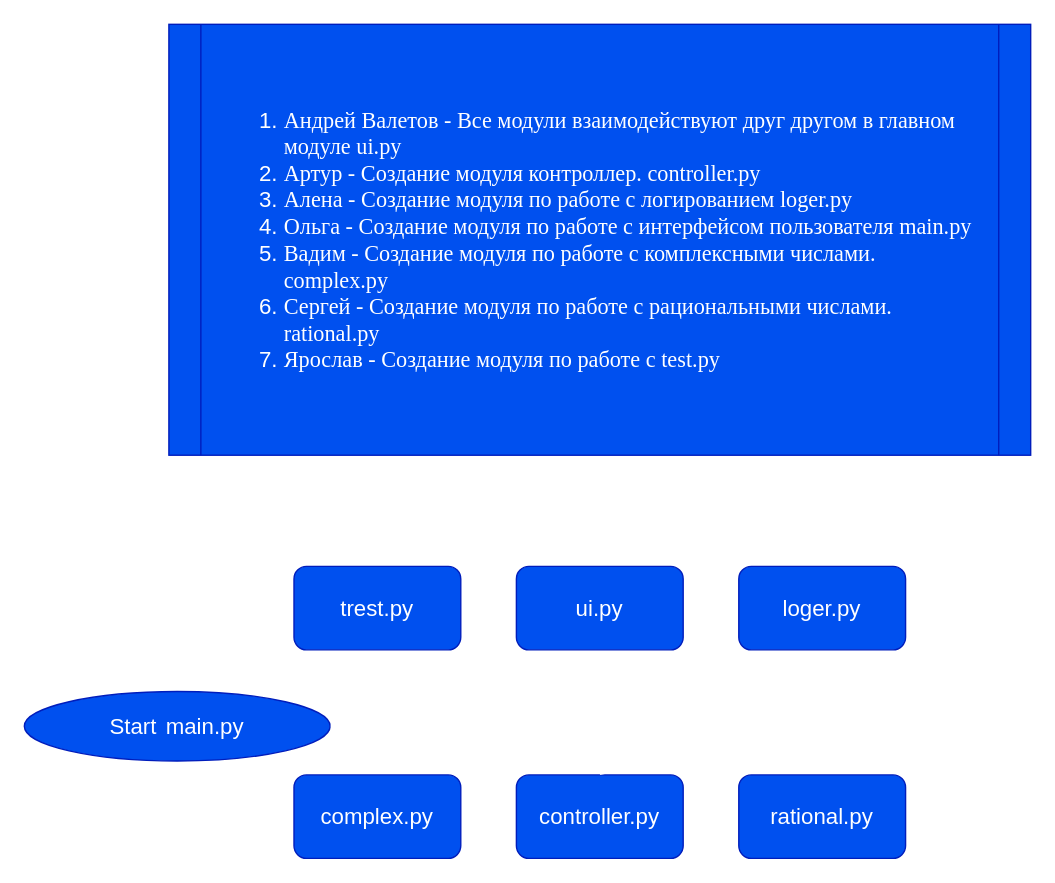
Earlier version of the draw.io diagram flowchart.drawio (GrafanyS/calculator_program). Source tidied: cells renumbered, new cells numbered last; positions are measured from the earlier drawing's top-left corner, leaving out a move shared by most shapes. Both pictures are drawn from the tidied source at 139%, with x=0, y=0 at pixel (24, 24).
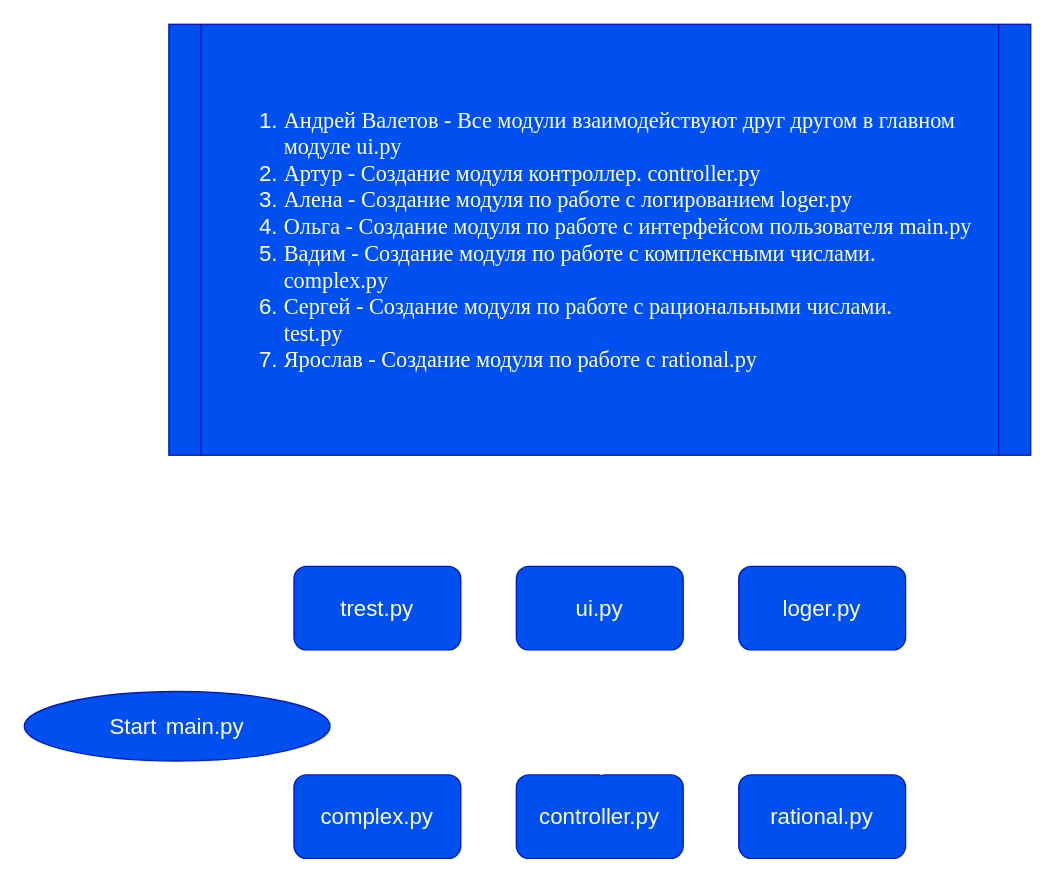
Above is the later version.

Diff of the diagram source:
```diff
@@
 <mxGraphModel>
   <root>
     <mxCell id="0" />
     <mxCell id="1" parent="0" />
     <mxCell id="2" style="edgeStyle=none;html=1;exitX=1;exitY=0.5;exitDx=0;exitDy=0;entryX=0;entryY=0.5;entryDx=0;entryDy=0;strokeColor=#FFFFFF;" parent="1" edge="1" source="3" target="10">
       <mxGeometry relative="1" as="geometry" />
     </mxCell>
     <mxCell id="3" value="&lt;div style=&quot;font-size: 16px ; line-height: 22px&quot;&gt;&lt;div style=&quot;line-height: 22px&quot;&gt;&lt;font&gt;complex.py&lt;/font&gt;&lt;/div&gt;&lt;/div&gt;" style="rounded=1;whiteSpace=wrap;html=1;fontColor=#ffffff;labelBackgroundColor=none;fillColor=#0050ef;strokeColor=#001DBC;" parent="1" vertex="1">
       <mxGeometry x="194" y="540" width="120" height="60" as="geometry" />
     </mxCell>
     <mxCell id="4" style="edgeStyle=none;html=1;exitX=0;exitY=0.5;exitDx=0;exitDy=0;entryX=1;entryY=0.5;entryDx=0;entryDy=0;strokeColor=#FFFFFF;" parent="1" edge="1" source="5" target="10">
       <mxGeometry relative="1" as="geometry" />
     </mxCell>
     <mxCell id="5" value="&lt;div style=&quot;font-size: 16px; line-height: 22px;&quot;&gt;rational.py&lt;/div&gt;" style="rounded=1;whiteSpace=wrap;html=1;fontColor=#ffffff;labelBackgroundColor=none;fillColor=#0050ef;strokeColor=#001DBC;" parent="1" vertex="1">
       <mxGeometry x="514" y="540" width="120" height="60" as="geometry" />
     </mxCell>
     <mxCell id="6" style="edgeStyle=none;html=1;exitX=1;exitY=0.5;exitDx=0;exitDy=0;entryX=0;entryY=0.5;entryDx=0;entryDy=0;strokeColor=#FFFFFF;" parent="1" edge="1" source="7" target="16">
       <mxGeometry relative="1" as="geometry" />
     </mxCell>
     <mxCell id="7" value="&lt;font style=&quot;font-size: 16px&quot;&gt;trest.py&lt;/font&gt;" style="rounded=1;whiteSpace=wrap;html=1;fontColor=#ffffff;labelBackgroundColor=none;fillColor=#0050ef;strokeColor=#001DBC;" parent="1" vertex="1">
       <mxGeometry x="194" y="390" width="120" height="60" as="geometry" />
     </mxCell>
     <mxCell id="8" value="&lt;font style=&quot;font-size: 16px&quot;&gt;Start&lt;/font&gt;&amp;nbsp;&amp;nbsp;&lt;span style=&quot;font-size: 16px&quot;&gt;main.py&lt;/span&gt;" style="ellipse;whiteSpace=wrap;html=1;fontColor=#ffffff;labelBackgroundColor=none;fillColor=#0050ef;strokeColor=#001DBC;" parent="1" vertex="1">
       <mxGeometry y="480" width="220" height="50" as="geometry" />
     </mxCell>
     <mxCell id="9" style="edgeStyle=none;html=1;exitX=0.5;exitY=0;exitDx=0;exitDy=0;entryX=0.5;entryY=1;entryDx=0;entryDy=0;strokeColor=#FFFFFF;" parent="1" edge="1" source="10" target="16">
       <mxGeometry relative="1" as="geometry" />
     </mxCell>
     <mxCell id="10" value="&lt;font style=&quot;font-size: 16px&quot;&gt;controller.py&lt;/font&gt;" style="rounded=1;whiteSpace=wrap;html=1;fontColor=#ffffff;labelBackgroundColor=none;fillColor=#0050ef;strokeColor=#001DBC;" parent="1" vertex="1">
       <mxGeometry x="354" y="540" width="120" height="60" as="geometry" />
     </mxCell>
     <mxCell id="11" style="edgeStyle=none;html=1;exitX=0.5;exitY=0;exitDx=0;exitDy=0;entryX=0.433;entryY=-0.017;entryDx=0;entryDy=0;entryPerimeter=0;strokeColor=#FFFFFF;" parent="1" edge="1" source="14" target="7">
       <mxGeometry relative="1" as="geometry">
         <Array as="points">
           <mxPoint x="574" y="360" />
           <mxPoint x="246" y="360" />
         </Array>
       </mxGeometry>
     </mxCell>
     <mxCell id="12" style="edgeStyle=none;html=1;exitX=0;exitY=0.5;exitDx=0;exitDy=0;entryX=1;entryY=0.5;entryDx=0;entryDy=0;strokeColor=#FFFFFF;" parent="1" edge="1" source="14" target="16">
       <mxGeometry relative="1" as="geometry" />
     </mxCell>
     <mxCell id="13" style="edgeStyle=none;html=1;entryX=0.5;entryY=0;entryDx=0;entryDy=0;strokeColor=#FFFFFF;" parent="1" edge="1" source="14" target="10">
       <mxGeometry relative="1" as="geometry" />
     </mxCell>
     <mxCell id="14" value="&lt;font style=&quot;font-size: 16px&quot;&gt;loger.py&lt;/font&gt;" style="rounded=1;whiteSpace=wrap;html=1;fontColor=#ffffff;labelBackgroundColor=none;fillColor=#0050ef;strokeColor=#001DBC;" parent="1" vertex="1">
       <mxGeometry x="514" y="390" width="120" height="60" as="geometry" />
     </mxCell>
     <mxCell id="15" style="edgeStyle=none;html=1;exitX=0.5;exitY=1;exitDx=0;exitDy=0;entryX=1;entryY=0.5;entryDx=0;entryDy=0;strokeColor=#FFFFFF;" parent="1" edge="1" source="16" target="8">
       <mxGeometry relative="1" as="geometry" />
     </mxCell>
     <mxCell id="16" value="&lt;font style=&quot;font-size: 16px&quot;&gt;ui.py&lt;/font&gt;" style="rounded=1;whiteSpace=wrap;html=1;fontColor=#ffffff;labelBackgroundColor=none;fillColor=#0050ef;strokeColor=#001DBC;" parent="1" vertex="1">
       <mxGeometry x="354" y="390" width="120" height="60" as="geometry" />
     </mxCell>
-    <mxCell id="17" value="&lt;p class=&quot;MsoNormal&quot; style=&quot;margin-bottom: 0cm ; margin-bottom: 0.0001pt ; line-height: normal&quot;&gt;&lt;/p&gt;&lt;div style=&quot;text-align: left&quot;&gt;&lt;ol&gt;&lt;li&gt;&lt;span style=&quot;font-size: 12.0pt ; line-height: 107% ; font-family: &amp;#34;times new roman&amp;#34; , serif&quot;&gt;Андрей Валетов -&amp;nbsp;Все модули взаимодействуют друг другом в главном&lt;br&gt;модуле ui.py&lt;/span&gt;&lt;/li&gt;&lt;li&gt;&lt;span style=&quot;font-size: 12.0pt ; line-height: 107% ; font-family: &amp;#34;times new roman&amp;#34; , serif&quot;&gt;Артур&amp;nbsp;- Создание модуля контроллер.&amp;nbsp;controller.py&lt;br&gt;&lt;/span&gt;&lt;/li&gt;&lt;li&gt;&lt;span style=&quot;font-size: 12.0pt ; line-height: 107% ; font-family: &amp;#34;times new roman&amp;#34; , serif&quot;&gt;Алена&amp;nbsp;- Создание модуля по работе с логированием loger.py&lt;br&gt;&lt;/span&gt;&lt;/li&gt;&lt;li&gt;&lt;span style=&quot;font-size: 12.0pt ; line-height: 107% ; font-family: &amp;#34;times new roman&amp;#34; , serif&quot;&gt;Ольга&amp;nbsp;- Создание модуля по работе с интерфейсом пользователя main.py&lt;br&gt;&lt;/span&gt;&lt;/li&gt;&lt;li&gt;&lt;span style=&quot;font-size: 12.0pt ; line-height: 107% ; font-family: &amp;#34;times new roman&amp;#34; , serif&quot;&gt;Вадим&amp;nbsp;- Создание модуля по работе с комплексными числами.&lt;br&gt;complex.py&lt;br&gt;&lt;/span&gt;&lt;/li&gt;&lt;li&gt;&lt;span style=&quot;font-size: 12.0pt ; line-height: 107% ; font-family: &amp;#34;times new roman&amp;#34; , serif&quot;&gt;Сергей&amp;nbsp;-&amp;nbsp;Создание модуля по работе с рациональными числами.&lt;br&gt;rational.py&lt;br&gt;&lt;/span&gt;&lt;/li&gt;&lt;li&gt;&lt;span style=&quot;font-size: 12.0pt ; line-height: 107% ; font-family: &amp;#34;times new roman&amp;#34; , serif&quot;&gt;Ярослав&amp;nbsp;- Создание модуля по работе с test.py&lt;br&gt;&lt;/span&gt;&lt;/li&gt;&lt;/ol&gt;&lt;/div&gt;" style="shape=process;whiteSpace=wrap;html=1;backgroundOutline=1;labelBackgroundColor=none;fontFamily=Helvetica;fontSize=16;fontColor=#ffffff;size=0.036585365853658534;fillColor=#0050ef;strokeColor=#001DBC;" parent="1" vertex="1">
+    <mxCell id="17" value="&lt;p class=&quot;MsoNormal&quot; style=&quot;margin-bottom: 0cm ; margin-bottom: 0.0001pt ; line-height: normal&quot;&gt;&lt;/p&gt;&lt;div style=&quot;text-align: left&quot;&gt;&lt;ol&gt;&lt;li&gt;&lt;span style=&quot;font-size: 12.0pt ; line-height: 107% ; font-family: &amp;#34;times new roman&amp;#34; , serif&quot;&gt;Андрей Валетов -&amp;nbsp;Все модули взаимодействуют друг другом в главном&lt;br&gt;модуле ui.py&lt;/span&gt;&lt;/li&gt;&lt;li&gt;&lt;span style=&quot;font-size: 12.0pt ; line-height: 107% ; font-family: &amp;#34;times new roman&amp;#34; , serif&quot;&gt;Артур&amp;nbsp;- Создание модуля контроллер.&amp;nbsp;controller.py&lt;br&gt;&lt;/span&gt;&lt;/li&gt;&lt;li&gt;&lt;span style=&quot;font-size: 12.0pt ; line-height: 107% ; font-family: &amp;#34;times new roman&amp;#34; , serif&quot;&gt;Алена&amp;nbsp;- Создание модуля по работе с логированием loger.py&lt;br&gt;&lt;/span&gt;&lt;/li&gt;&lt;li&gt;&lt;span style=&quot;font-size: 12.0pt ; line-height: 107% ; font-family: &amp;#34;times new roman&amp;#34; , serif&quot;&gt;Ольга&amp;nbsp;- Создание модуля по работе с интерфейсом пользователя main.py&lt;br&gt;&lt;/span&gt;&lt;/li&gt;&lt;li&gt;&lt;span style=&quot;font-size: 12.0pt ; line-height: 107% ; font-family: &amp;#34;times new roman&amp;#34; , serif&quot;&gt;Вадим&amp;nbsp;- Создание модуля по работе с комплексными числами.&lt;br&gt;complex.py&lt;br&gt;&lt;/span&gt;&lt;/li&gt;&lt;li&gt;&lt;span style=&quot;font-size: 12.0pt ; line-height: 107% ; font-family: &amp;#34;times new roman&amp;#34; , serif&quot;&gt;Сергей&amp;nbsp;-&amp;nbsp;Создание модуля по работе с рациональными числами.&lt;br&gt;test.py&lt;/span&gt;&lt;/li&gt;&lt;li&gt;&lt;span style=&quot;font-size: 12.0pt ; line-height: 107% ; font-family: &amp;#34;times new roman&amp;#34; , serif&quot;&gt;Ярослав&amp;nbsp;- Создание модуля по работе с rational.py&lt;br&gt;&lt;/span&gt;&lt;/li&gt;&lt;/ol&gt;&lt;/div&gt;" style="shape=process;whiteSpace=wrap;html=1;backgroundOutline=1;labelBackgroundColor=none;fontFamily=Helvetica;fontSize=16;fontColor=#ffffff;size=0.036585365853658534;fillColor=#0050ef;strokeColor=#001DBC;" parent="1" vertex="1">
       <mxGeometry x="104" width="620" height="310" as="geometry" />
     </mxCell>
   </root>
 </mxGraphModel>
```
